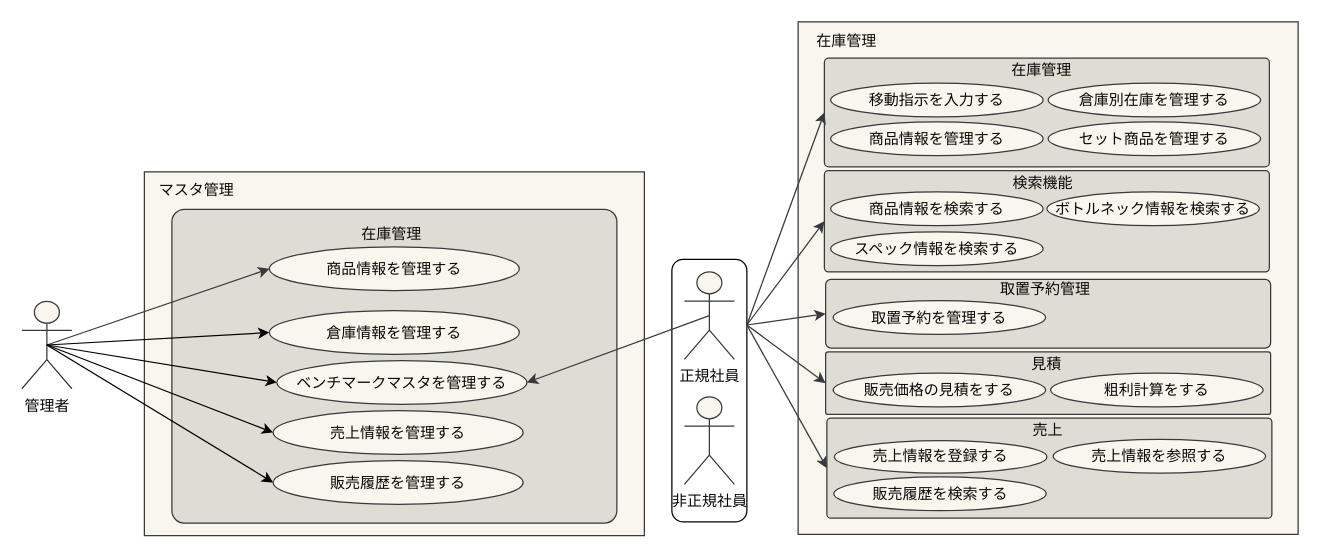
HaruShim/Sotuken keeps this draw.io diagram as page "在庫管理_ユースケース図" (2 of 3) of 各種設計書/2ユースケース図_済/ユースケース図.drawio. Above is the earlier version. Source tidied: cells renumbered, new cells numbered last; positions are measured from the earlier drawing's top-left corner, leaving out a move shared by most shapes. Both pictures are drawn from the tidied source at 125%, with x=0, y=0 at pixel (21, 21).
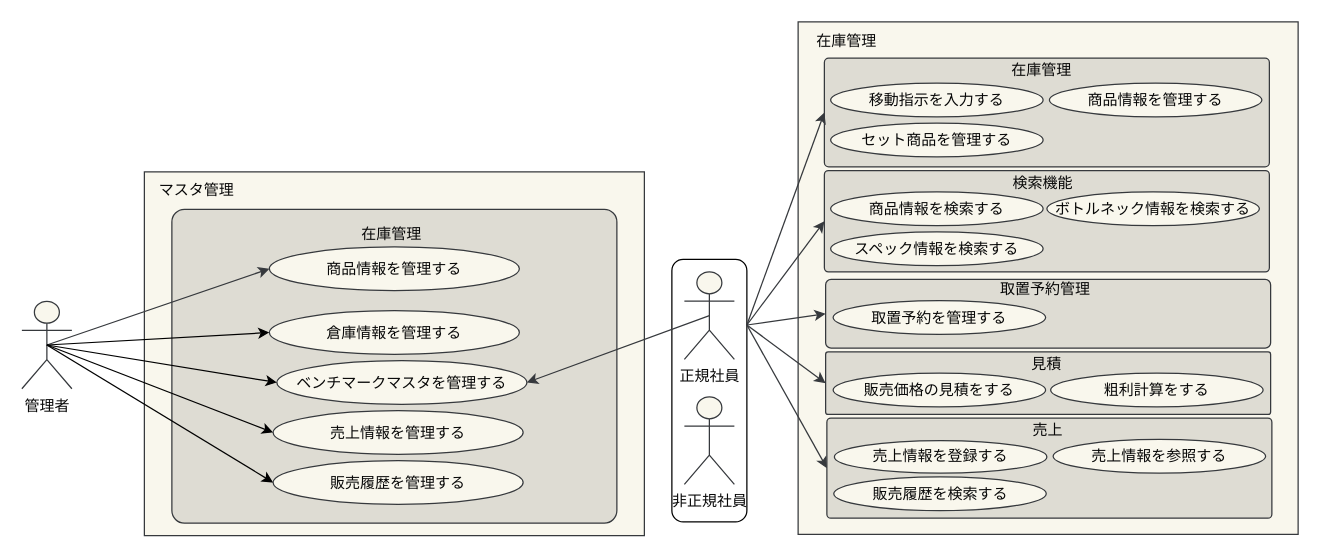
The same page after the edit.

Change to the diagram source:
```diff
@@
-    <mxCell id="26" value="倉庫別在庫を管理する" style="ellipse;whiteSpace=wrap;html=1;strokeColor=#36393d;fillColor=#f9f7ed;fontColor=#080808;" parent="9" vertex="1">
-      <mxGeometry x="821" y="49" width="170" height="27" as="geometry" />
-    </mxCell>
     <mxCell id="27" value="商品情報を管理する" style="ellipse;whiteSpace=wrap;html=1;strokeColor=#36393d;fillColor=#f9f7ed;fontColor=#080808;" parent="9" vertex="1">
-      <mxGeometry x="647" y="80" width="170" height="27" as="geometry" />
+      <mxGeometry x="822" y="49" width="170" height="27" as="geometry" />
     </mxCell>
     <mxCell id="28" value="セット商品を管理する" style="ellipse;whiteSpace=wrap;html=1;strokeColor=#36393d;fillColor=#f9f7ed;fontColor=#080808;" parent="9" vertex="1">
-      <mxGeometry x="821" y="80" width="170" height="27" as="geometry" />
+      <mxGeometry x="647" y="81" width="170" height="27" as="geometry" />
     </mxCell>
```
